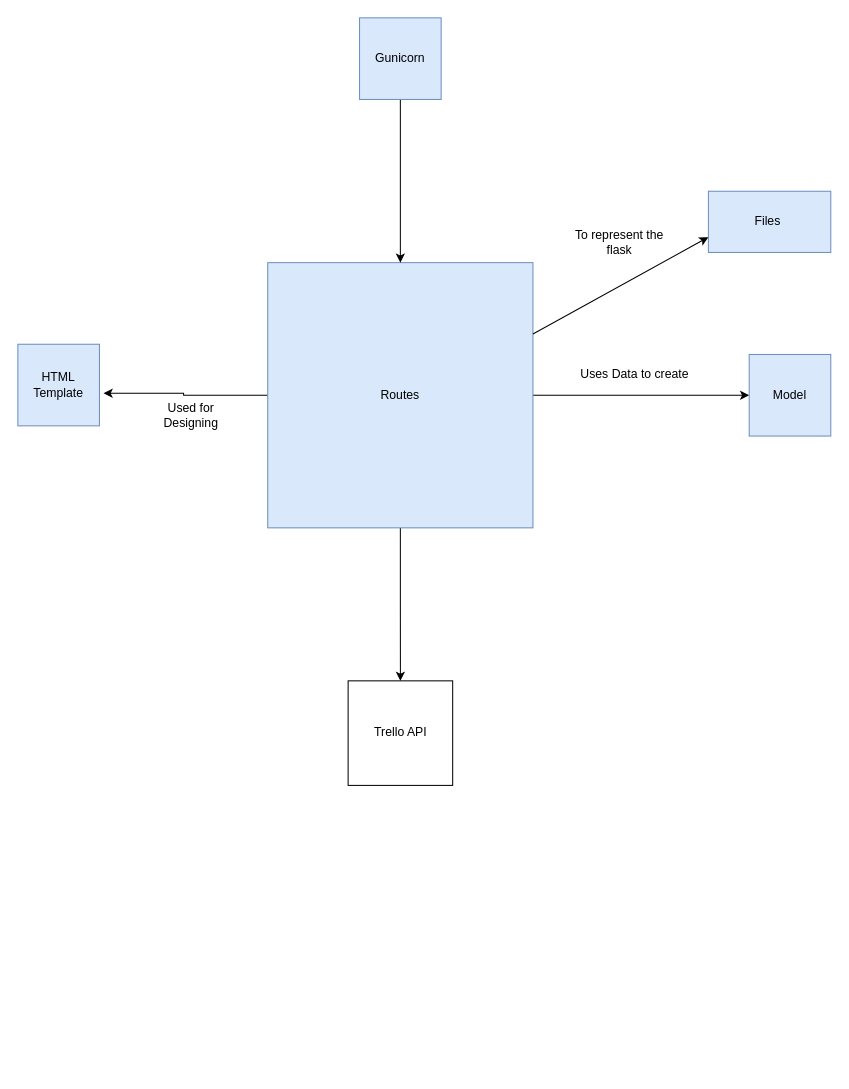
pushpanjali544/DevOps-Course-Starter keeps this draw.io diagram as page "Components" (3 of 3) of Excercise6/Untitled Diagram.drawio. Above is the earlier version. Source tidied: cells renumbered, new cells numbered last; positions are measured from the earlier drawing's top-left corner, leaving out a move shared by most shapes. Both pictures are drawn from the tidied source at 102%, with x=0, y=0 at pixel (17, 17).
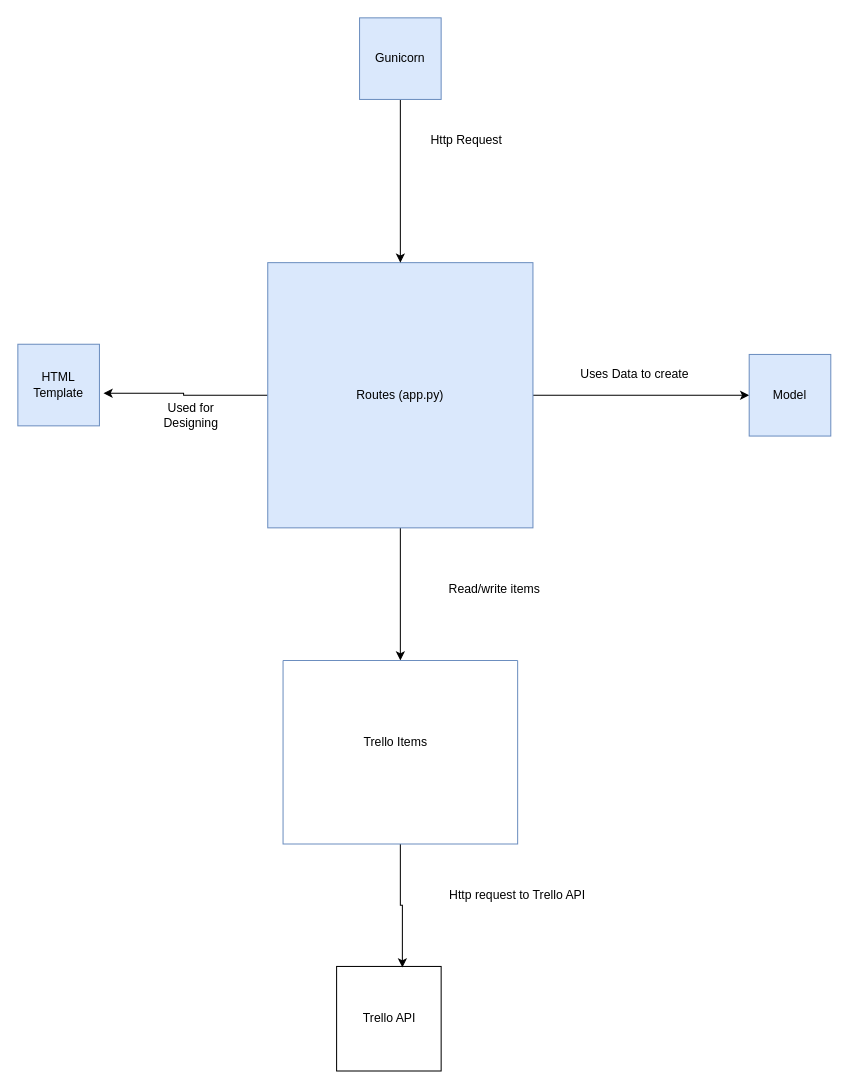
After the change.

Diff of the diagram source:
```diff
@@
 <mxGraphModel>
   <root>
     <mxCell id="0" />
     <mxCell id="1" parent="0" />
     <mxCell id="2" value="Trello API" style="whiteSpace=wrap;html=1;" parent="1" vertex="1">
-      <mxGeometry x="323.8" y="650" width="102.5" height="102.5" as="geometry" />
+      <mxGeometry x="312.5" y="930" width="102.5" height="102.5" as="geometry" />
     </mxCell>
     <mxCell id="3" style="edgeStyle=orthogonalEdgeStyle;rounded=0;jettySize=auto;html=1;entryX=0;entryY=0.5;entryDx=0;entryDy=0;" parent="1" edge="1" source="6" target="10">
       <mxGeometry relative="1" as="geometry" />
     </mxCell>
     <mxCell id="4" style="edgeStyle=orthogonalEdgeStyle;rounded=0;jettySize=auto;html=1;entryX=1.05;entryY=0.6;entryDx=0;entryDy=0;entryPerimeter=0;" parent="1" edge="1" source="6" target="9">
       <mxGeometry relative="1" as="geometry" />
     </mxCell>
-    <mxCell id="5" style="edgeStyle=orthogonalEdgeStyle;rounded=0;jettySize=auto;html=1;entryX=0.5;entryY=0;entryDx=0;entryDy=0;" parent="1" edge="1" source="6" target="2">
-      <mxGeometry relative="1" as="geometry" />
-    </mxCell>
+    <mxCell id="16" style="edgeStyle=orthogonalEdgeStyle;rounded=0;jettySize=auto;html=1;entryX=0.5;entryY=0;entryDx=0;entryDy=0;" parent="1" edge="1" source="6" target="18">
+      <mxGeometry relative="1" as="geometry" />
+    </mxCell>
-    <mxCell id="6" value="Routes" style="whiteSpace=wrap;html=1;strokeColor=#6c8ebf;fillColor=#dae8fc;" parent="1" vertex="1">
+    <mxCell id="6" value="Routes (app.py)" style="whiteSpace=wrap;html=1;strokeColor=#6c8ebf;fillColor=#dae8fc;" parent="1" vertex="1">
       <mxGeometry x="245" y="240" width="260" height="260" as="geometry" />
     </mxCell>
     <mxCell id="7" style="edgeStyle=orthogonalEdgeStyle;rounded=0;jettySize=auto;html=1;" parent="1" edge="1" source="8" target="6">
       <mxGeometry relative="1" as="geometry" />
     </mxCell>
     <mxCell id="8" value="Gunicorn" style="whiteSpace=wrap;html=1;strokeColor=#6c8ebf;fillColor=#dae8fc;" parent="1" vertex="1">
       <mxGeometry x="335" width="80" height="80" as="geometry" />
     </mxCell>
     <mxCell id="9" value="HTML Template" style="whiteSpace=wrap;html=1;fillColor=#dae8fc;strokeColor=#6c8ebf;" parent="1" vertex="1">
       <mxGeometry y="320" width="80" height="80" as="geometry" />
     </mxCell>
     <mxCell id="10" value="Model" style="whiteSpace=wrap;html=1;fillColor=#dae8fc;strokeColor=#6c8ebf;" parent="1" vertex="1">
       <mxGeometry x="717" y="330" width="80" height="80" as="geometry" />
     </mxCell>
     <mxCell id="11" value="Uses Data to create" style="text;html=1;strokeColor=none;fillColor=none;align=center;verticalAlign=middle;whiteSpace=wrap;rounded=0;" parent="1" vertex="1">
       <mxGeometry x="540" y="335" width="130" height="30" as="geometry" />
     </mxCell>
     <mxCell id="12" value="Used for Designing" style="text;html=1;strokeColor=none;fillColor=none;align=center;verticalAlign=middle;whiteSpace=wrap;rounded=0;" parent="1" vertex="1">
       <mxGeometry x="130" y="380" width="80" height="20" as="geometry" />
     </mxCell>
-    <mxCell id="13" value="Files&amp;nbsp;" style="rounded=0;whiteSpace=wrap;html=1;fillColor=#dae8fc;strokeColor=#6c8ebf;" parent="1" vertex="1">
-      <mxGeometry x="677" y="170" width="120" height="60" as="geometry" />
-    </mxCell>
-    <mxCell id="14" style="endArrow=classic;html=1;entryX=0;entryY=0.75;entryDx=0;entryDy=0;" parent="1" edge="1" target="13">
-      <mxGeometry relative="1" as="geometry">
-        <mxPoint x="505" y="310" as="sourcePoint" />
-      </mxGeometry>
-    </mxCell>
-    <mxCell id="15" value="To represent the flask" style="text;html=1;strokeColor=none;fillColor=none;align=center;verticalAlign=middle;whiteSpace=wrap;rounded=0;rotation=0;" parent="1" vertex="1">
-      <mxGeometry x="540" y="210" width="100" height="20" as="geometry" />
-    </mxCell>
+    <mxCell id="17" style="edgeStyle=orthogonalEdgeStyle;rounded=0;jettySize=auto;html=1;entryX=0.629;entryY=0.01;entryDx=0;entryDy=0;entryPerimeter=0;" parent="1" edge="1" source="18" target="2">
+      <mxGeometry relative="1" as="geometry" />
+    </mxCell>
+    <mxCell id="18" style="swimlane;startSize=0;strokeColor=#6c8ebf;fillColor=#D4E1F5;" parent="1" vertex="1">
+      <mxGeometry x="260" y="630" width="230" height="180" as="geometry" />
+    </mxCell>
+    <mxCell id="19" value="Trello Items" style="text;html=1;align=center;verticalAlign=middle;strokeColor=none;" parent="1" vertex="1">
+      <mxGeometry x="330" y="700" width="80" height="20" as="geometry" />
+    </mxCell>
+    <mxCell id="20" value="Http Request" style="text;html=1;strokeColor=none;fillColor=none;align=center;verticalAlign=middle;whiteSpace=wrap;rounded=0;" parent="1" vertex="1">
+      <mxGeometry x="400" y="110" width="80" height="20" as="geometry" />
+    </mxCell>
+    <mxCell id="21" value="Read/write items" style="text;html=1;strokeColor=none;fillColor=none;align=center;verticalAlign=middle;whiteSpace=wrap;rounded=0;" parent="1" vertex="1">
+      <mxGeometry x="415" y="550" width="105" height="20" as="geometry" />
+    </mxCell>
+    <mxCell id="22" value="Http request to Trello API" style="text;html=1;strokeColor=none;fillColor=none;align=center;verticalAlign=middle;whiteSpace=wrap;rounded=0;" parent="1" vertex="1">
+      <mxGeometry x="420" y="850" width="140" height="20" as="geometry" />
+    </mxCell>
   </root>
 </mxGraphModel>
```
